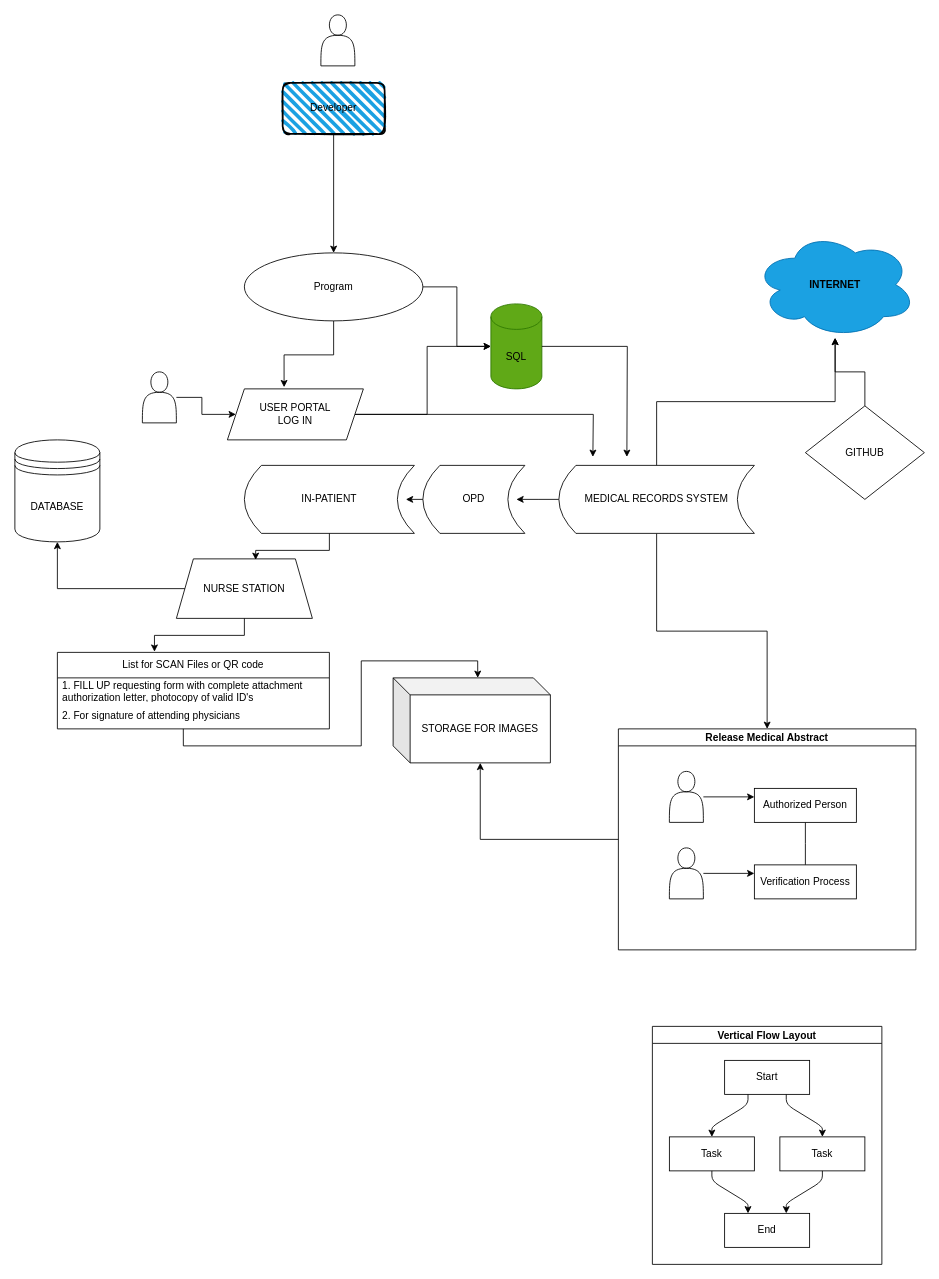
This is medical records Diagram.drawio from ninpax09/diagrammedicalrecords, a draw.io file, before an edit. Source tidied: cells renumbered, new cells numbered last; positions are measured from the earlier drawing's top-left corner, leaving out a move shared by most shapes. Both pictures are drawn from the tidied source at 85%, with x=0, y=0 at pixel (14, 14).
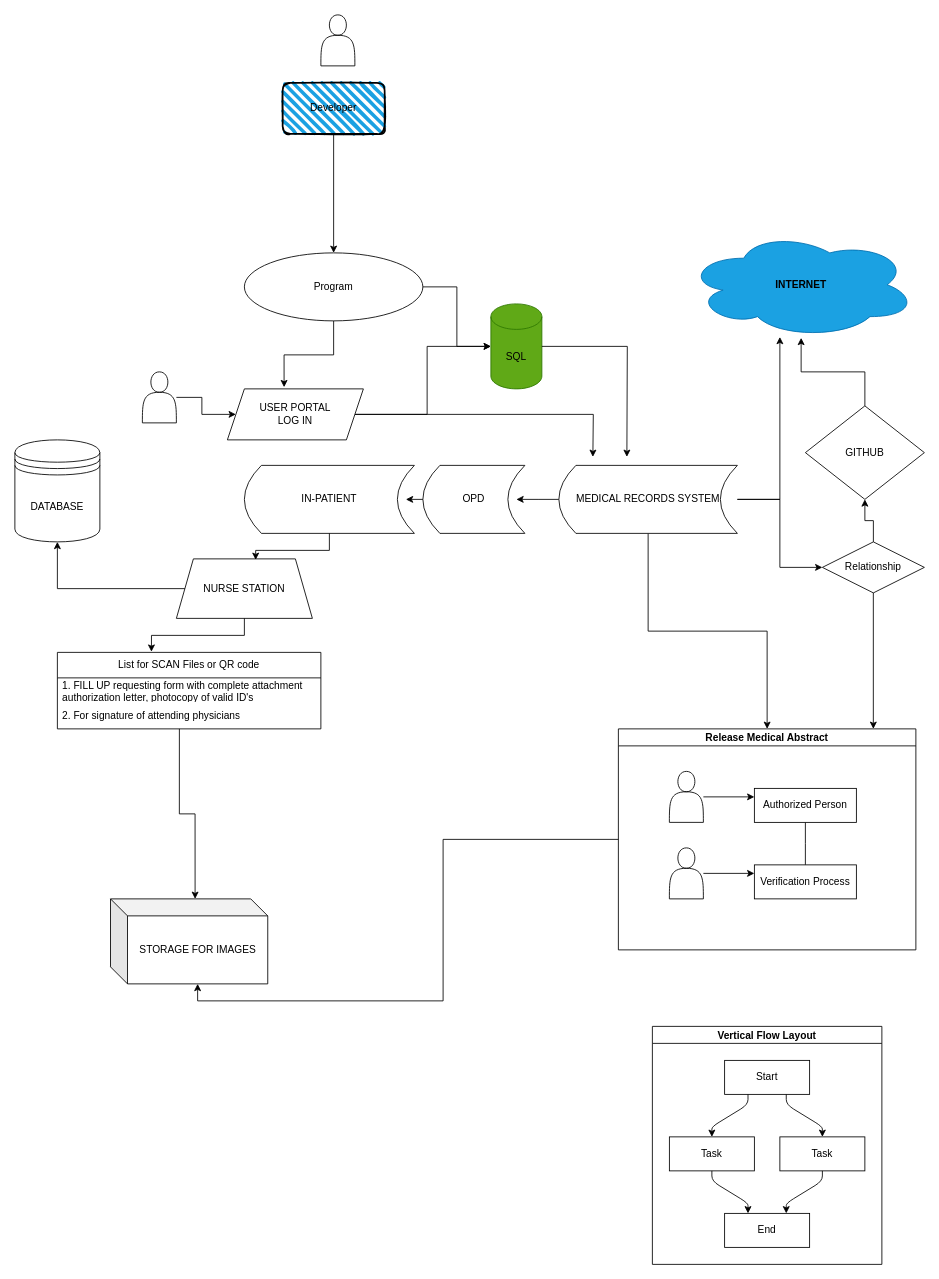
The same diagram, later.

Unchanged cells that the change refers to:
```xml
<mxCell id="24" value="GITHUB" style="rhombus;whiteSpace=wrap;html=1;" parent="1" vertex="1">
  <mxGeometry x="930" y="460" width="140" height="110" as="geometry" />
</mxCell>
<mxCell id="38" value="Release Medical Abstract" style="swimlane;startSize=20;horizontal=1;containerType=tree;" parent="1" vertex="1">
  <mxGeometry x="710" y="840" width="350" height="260" as="geometry" />
</mxCell>
```

Change to the diagram source:
```diff
@@
     <mxCell id="12" style="edgeStyle=orthogonalEdgeStyle;rounded=0;jettySize=auto;html=1;" parent="1" edge="1" source="14" target="22">
-      <mxGeometry relative="1" as="geometry" />
+      <mxGeometry relative="1" as="geometry">
+        <Array as="points">
+          <mxPoint x="900" y="570" />
+        </Array>
+      </mxGeometry>
     </mxCell>
@@
+    <mxCell id="53" style="edgeStyle=orthogonalEdgeStyle;rounded=0;jettySize=auto;html=1;entryX=0;entryY=0.5;entryDx=0;entryDy=0;" parent="1" edge="1" source="14" target="55">
+      <mxGeometry relative="1" as="geometry" />
+    </mxCell>
     <mxCell id="14" value="MEDICAL RECORDS SYSTEM" style="shape=dataStorage;whiteSpace=wrap;html=1;fixedSize=1;" parent="1" vertex="1">
-      <mxGeometry x="640" y="530" width="230" height="80" as="geometry" />
+      <mxGeometry x="640" y="530" width="210" height="80" as="geometry" />
     </mxCell>
@@
     <mxCell id="19" value="List for SCAN Files or QR code" style="swimlane;fontStyle=0;horizontal=1;startSize=30;whiteSpace=wrap;html=1;" parent="1" vertex="1">
-      <mxGeometry x="50" y="750" width="320" height="90" as="geometry" />
+      <mxGeometry x="50" y="750" width="310" height="90" as="geometry" />
     </mxCell>
     <mxCell id="20" value="1. FILL UP requesting form with complete attachment authorization letter, photocopy of valid ID's" style="text;strokeColor=none;fillColor=none;align=left;verticalAlign=middle;spacingLeft=4;spacingRight=4;overflow=hidden;whiteSpace=wrap;html=1;" parent="19" vertex="1">
-      <mxGeometry y="30" width="320" height="30" as="geometry" />
+      <mxGeometry y="30" width="310" height="30" as="geometry" />
     </mxCell>
     <mxCell id="21" value="2. For signature of attending physicians" style="text;strokeColor=none;fillColor=none;align=left;verticalAlign=middle;spacingLeft=4;spacingRight=4;overflow=hidden;points=[[0,0.5],[1,0.5]];portConstraint=eastwest;whiteSpace=wrap;html=1;" parent="19" vertex="1">
-      <mxGeometry y="60" width="320" height="30" as="geometry" />
+      <mxGeometry y="60" width="310" height="30" as="geometry" />
     </mxCell>
     <mxCell id="22" value="&lt;b&gt;&lt;font style=&quot;color: light-dark(rgb(0, 0, 0), rgb(255, 242, 251));&quot;&gt;INTERNET&lt;/font&gt;&lt;/b&gt;" style="ellipse;shape=cloud;whiteSpace=wrap;html=1;fillColor=#1ba1e2;fontColor=#ffffff;strokeColor=#006EAF;" parent="1" vertex="1">
-      <mxGeometry x="870" y="255" width="190" height="125" as="geometry" />
+      <mxGeometry x="790" y="255" width="270" height="125" as="geometry" />
     </mxCell>
@@
     <mxCell id="25" value="STORAGE FOR IMAGES" style="shape=cube;whiteSpace=wrap;html=1;boundedLbl=1;backgroundOutline=1;darkOpacity=0.05;darkOpacity2=0.1;" parent="1" vertex="1">
-      <mxGeometry x="445" y="780" width="185" height="100" as="geometry" />
+      <mxGeometry x="112.5" y="1040" width="185" height="100" as="geometry" />
     </mxCell>
@@
+    <mxCell id="54" style="edgeStyle=orthogonalEdgeStyle;rounded=0;jettySize=auto;html=1;entryX=0.5;entryY=1;entryDx=0;entryDy=0;" parent="1" edge="1" source="55" target="24">
+      <mxGeometry relative="1" as="geometry" />
+    </mxCell>
+    <mxCell id="55" value="Relationship" style="shape=rhombus;perimeter=rhombusPerimeter;whiteSpace=wrap;html=1;align=center;" parent="1" vertex="1">
+      <mxGeometry x="950" y="620" width="120" height="60" as="geometry" />
+    </mxCell>
+    <mxCell id="56" style="edgeStyle=orthogonalEdgeStyle;rounded=0;jettySize=auto;html=1;entryX=0.857;entryY=0;entryDx=0;entryDy=0;entryPerimeter=0;" parent="1" edge="1" source="55" target="38">
+      <mxGeometry relative="1" as="geometry" />
+    </mxCell>
```
